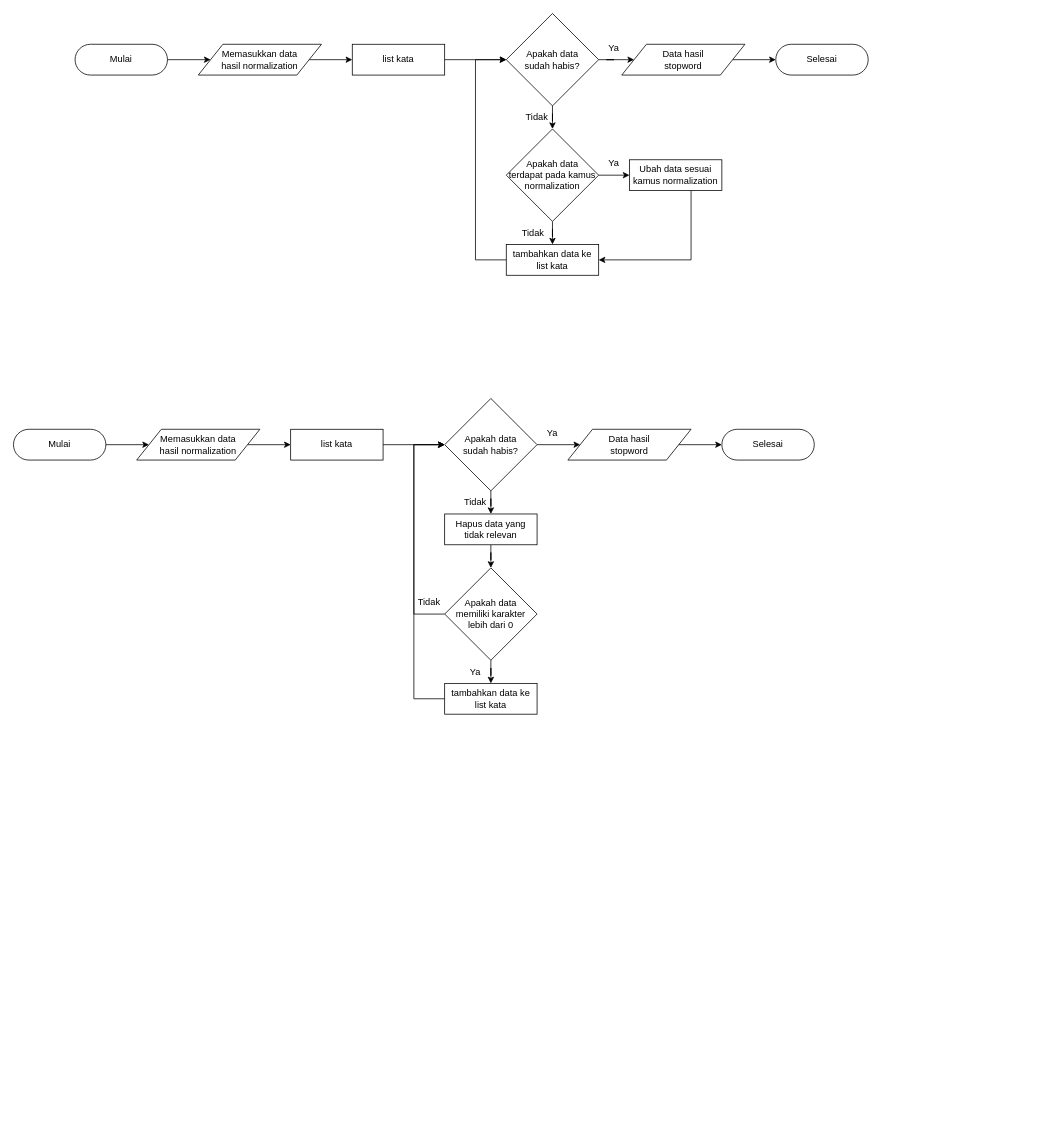
Above: page "Stopword" (7 of 9) of Untitled Diagram.drawio in mksyfla/analysis-sentiment-using-svm (draw.io), before the change. Source tidied: cells renumbered, new cells numbered last; positions are measured from the earlier drawing's top-left corner, leaving out a move shared by most shapes. Both pictures are drawn from the tidied source at 77%, with x=0, y=0 at pixel (13, 13).
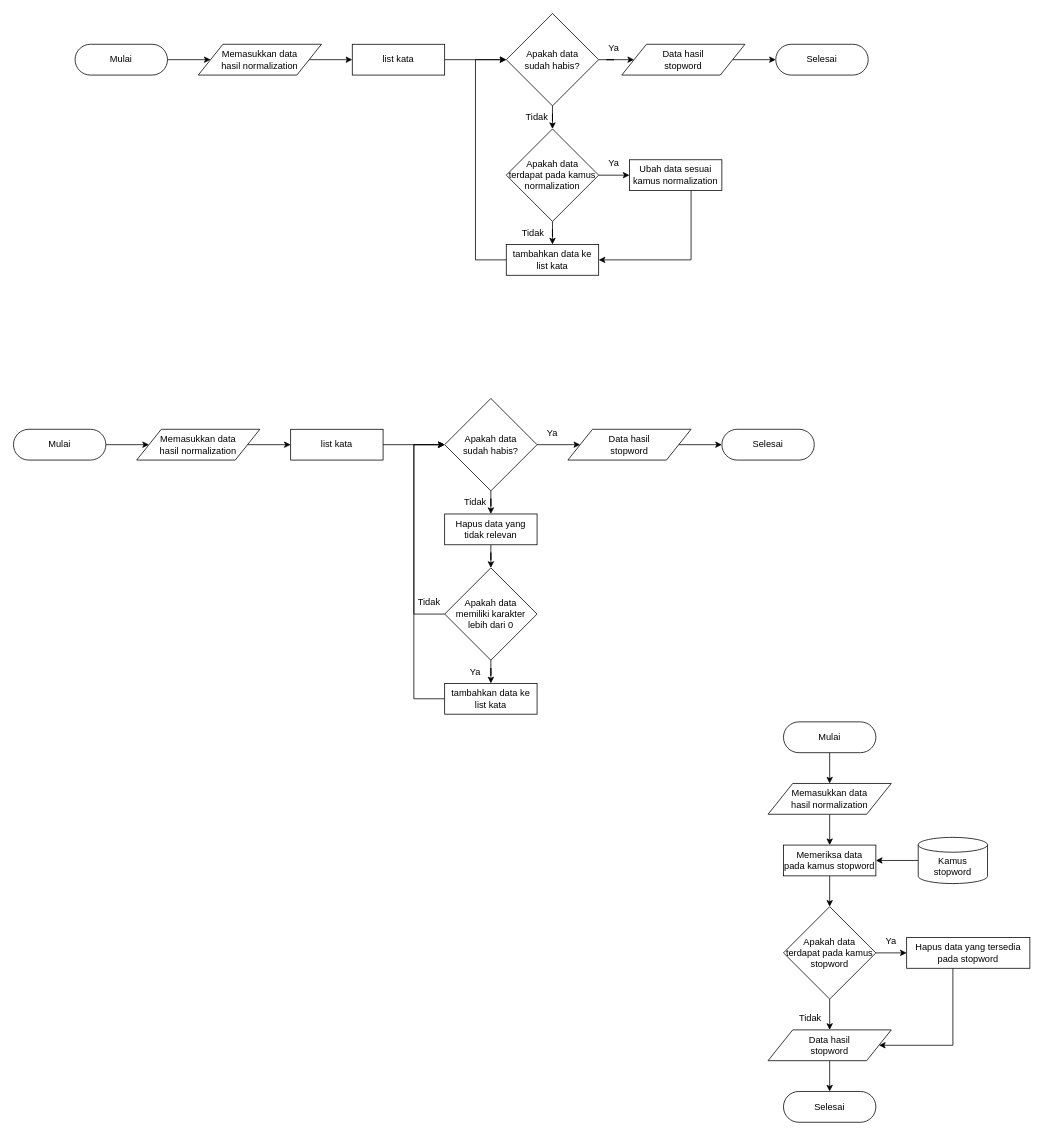
The same page after the edit.

Diff of the diagram source:
```diff
@@
+    <mxCell id="48" style="edgeStyle=orthogonalEdgeStyle;rounded=0;jettySize=auto;html=1;" parent="1" edge="1" source="50" target="52">
+      <mxGeometry relative="1" as="geometry" />
+    </mxCell>
+    <mxCell id="49" style="edgeStyle=orthogonalEdgeStyle;rounded=0;jettySize=auto;html=1;" parent="1" edge="1" source="50" target="60">
+      <mxGeometry relative="1" as="geometry" />
+    </mxCell>
+    <mxCell id="50" value="&lt;div&gt;Apakah data&lt;/div&gt;&lt;div&gt;terdapat pada kamus stopword&lt;/div&gt;" style="strokeWidth=1;html=1;shape=mxgraph.flowchart.decision;whiteSpace=wrap;" parent="1" vertex="1">
+      <mxGeometry x="1000" y="1160" width="120" height="120" as="geometry" />
+    </mxCell>
+    <mxCell id="51" style="edgeStyle=orthogonalEdgeStyle;rounded=0;jettySize=auto;html=1;" parent="1" edge="1" source="52" target="60">
+      <mxGeometry relative="1" as="geometry">
+        <Array as="points">
+          <mxPoint x="1220" y="1340" />
+        </Array>
+      </mxGeometry>
+    </mxCell>
+    <mxCell id="52" value="&lt;div&gt;&lt;div&gt;Hapus data yang tersedia pada stopword&lt;/div&gt;&lt;/div&gt;" style="html=1;dashed=0;whiteSpace=wrap;" parent="1" vertex="1">
+      <mxGeometry x="1160" y="1200" width="160" height="40" as="geometry" />
+    </mxCell>
+    <mxCell id="53" value="Ya" style="text;html=1;align=center;verticalAlign=middle;whiteSpace=wrap;rounded=0;" parent="1" vertex="1">
+      <mxGeometry x="1120" y="1190" width="40" height="30" as="geometry" />
+    </mxCell>
+    <mxCell id="54" style="edgeStyle=orthogonalEdgeStyle;rounded=0;jettySize=auto;html=1;" parent="1" edge="1" source="55" target="58">
+      <mxGeometry relative="1" as="geometry" />
+    </mxCell>
+    <mxCell id="55" value="Mulai" style="html=1;dashed=0;whiteSpace=wrap;shape=mxgraph.dfd.start;" parent="1" vertex="1">
+      <mxGeometry x="1000" y="920" width="120" height="40" as="geometry" />
+    </mxCell>
+    <mxCell id="56" value="Selesai" style="html=1;dashed=0;whiteSpace=wrap;shape=mxgraph.dfd.start;" parent="1" vertex="1">
+      <mxGeometry x="1000" y="1400" width="120" height="40" as="geometry" />
+    </mxCell>
+    <mxCell id="57" style="edgeStyle=orthogonalEdgeStyle;rounded=0;jettySize=auto;html=1;" parent="1" edge="1" source="58" target="63">
+      <mxGeometry relative="1" as="geometry" />
+    </mxCell>
+    <mxCell id="58" value="&lt;div&gt;Memasukkan data&lt;/div&gt;&lt;div&gt;hasil normalization&lt;/div&gt;" style="shape=parallelogram;perimeter=parallelogramPerimeter;whiteSpace=wrap;html=1;dashed=0;" parent="1" vertex="1">
+      <mxGeometry x="980" y="1000" width="160" height="40" as="geometry" />
+    </mxCell>
+    <mxCell id="59" style="edgeStyle=orthogonalEdgeStyle;rounded=0;jettySize=auto;html=1;" parent="1" edge="1" source="60" target="56">
+      <mxGeometry relative="1" as="geometry" />
+    </mxCell>
+    <mxCell id="60" value="&lt;div&gt;Data hasil&lt;/div&gt;stopword" style="shape=parallelogram;perimeter=parallelogramPerimeter;whiteSpace=wrap;html=1;dashed=0;" parent="1" vertex="1">
+      <mxGeometry x="980" y="1320" width="160" height="40" as="geometry" />
+    </mxCell>
+    <mxCell id="61" value="Tidak" style="text;html=1;align=center;verticalAlign=middle;whiteSpace=wrap;rounded=0;" parent="1" vertex="1">
+      <mxGeometry x="1010" y="1290" width="50" height="30" as="geometry" />
+    </mxCell>
+    <mxCell id="62" style="edgeStyle=orthogonalEdgeStyle;rounded=0;jettySize=auto;html=1;" parent="1" edge="1" source="63" target="50">
+      <mxGeometry relative="1" as="geometry" />
+    </mxCell>
+    <mxCell id="63" value="Memeriksa data&lt;div&gt;&lt;div&gt;pada kamus&amp;nbsp;stopword&lt;/div&gt;&lt;/div&gt;" style="html=1;dashed=0;whiteSpace=wrap;" parent="1" vertex="1">
+      <mxGeometry x="1000" y="1080" width="120" height="40" as="geometry" />
+    </mxCell>
+    <mxCell id="64" style="edgeStyle=orthogonalEdgeStyle;rounded=0;jettySize=auto;html=1;" parent="1" edge="1" source="65" target="63">
+      <mxGeometry relative="1" as="geometry" />
+    </mxCell>
+    <mxCell id="65" value="Kamus stopword" style="shape=cylinder3;whiteSpace=wrap;html=1;boundedLbl=1;backgroundOutline=1;size=9.640263019221948;" parent="1" vertex="1">
+      <mxGeometry x="1175" y="1070" width="90" height="60" as="geometry" />
+    </mxCell>
```
